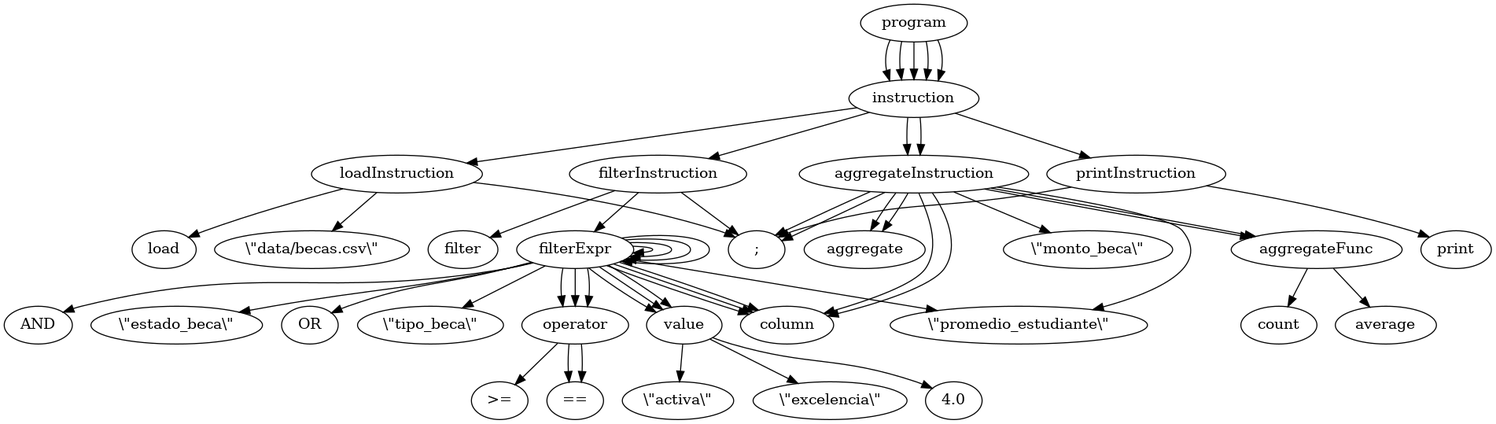
Before: doc/script39_tree.png, a diagram exported from Graphviz (jhonortiz12/mini-compilador-becas-dsl). Its source is kept beside it as doc/script39_tree.dot. The source it was exported from:
```dot
digraph tree {
    "program";
    "instruction";
    "loadInstruction";
    "load";
    "\\\"data/becas.csv\\\"";
    ";";
    "instruction";
    "filterInstruction";
    "filter";
    "filterExpr";
    "filterExpr";
    "filterExpr";
    "column";
    "\\\"promedio_estudiante\\\"";
    "operator";
    ">=";
    "value";
    "4.0";
    "AND";
    "filterExpr";
    "column";
    "\\\"estado_beca\\\"";
    "operator";
    "==";
    "value";
    "\\\"activa\\\"";
    "OR";
    "filterExpr";
    "column";
    "\\\"tipo_beca\\\"";
    "operator";
    "==";
    "value";
    "\\\"excelencia\\\"";
    ";";
    "instruction";
    "aggregateInstruction";
    "aggregate";
    "aggregateFunc";
    "count";
    "column";
    "\\\"monto_beca\\\"";
    ";";
    "instruction";
    "aggregateInstruction";
    "aggregate";
    "aggregateFunc";
    "average";
    "column";
    "\\\"promedio_estudiante\\\"";
    ";";
    "instruction";
    "printInstruction";
    "print";
    ";";
    "program" -> "instruction";
    "program" -> "instruction";
    "program" -> "instruction";
    "program" -> "instruction";
    "program" -> "instruction";
    "instruction" -> "loadInstruction";
    "loadInstruction" -> "load";
    "loadInstruction" -> "\\\"data/becas.csv\\\"";
    "loadInstruction" -> ";";
    "instruction" -> "filterInstruction";
    "filterInstruction" -> "filter";
    "filterInstruction" -> "filterExpr";
    "filterInstruction" -> ";";
    "filterExpr" -> "filterExpr";
    "filterExpr" -> "OR";
    "filterExpr" -> "filterExpr";
    "filterExpr" -> "filterExpr";
    "filterExpr" -> "AND";
    "filterExpr" -> "filterExpr";
    "filterExpr" -> "column";
    "filterExpr" -> "\\\"promedio_estudiante\\\"";
    "filterExpr" -> "operator";
    "filterExpr" -> "value";
    "operator" -> ">=";
    "value" -> "4.0";
    "filterExpr" -> "column";
    "filterExpr" -> "\\\"estado_beca\\\"";
    "filterExpr" -> "operator";
    "filterExpr" -> "value";
    "operator" -> "==";
    "value" -> "\\\"activa\\\"";
    "filterExpr" -> "column";
    "filterExpr" -> "\\\"tipo_beca\\\"";
    "filterExpr" -> "operator";
    "filterExpr" -> "value";
    "operator" -> "==";
    "value" -> "\\\"excelencia\\\"";
    "instruction" -> "aggregateInstruction";
    "aggregateInstruction" -> "aggregate";
    "aggregateInstruction" -> "aggregateFunc";
    "aggregateInstruction" -> "column";
    "aggregateInstruction" -> "\\\"monto_beca\\\"";
    "aggregateInstruction" -> ";";
    "aggregateFunc" -> "count";
    "instruction" -> "aggregateInstruction";
    "aggregateInstruction" -> "aggregate";
    "aggregateInstruction" -> "aggregateFunc";
    "aggregateInstruction" -> "column";
    "aggregateInstruction" -> "\\\"promedio_estudiante\\\"";
    "aggregateInstruction" -> ";";
    "aggregateFunc" -> "average";
    "instruction" -> "printInstruction";
    "printInstruction" -> "print";
    "printInstruction" -> ";";
}
```
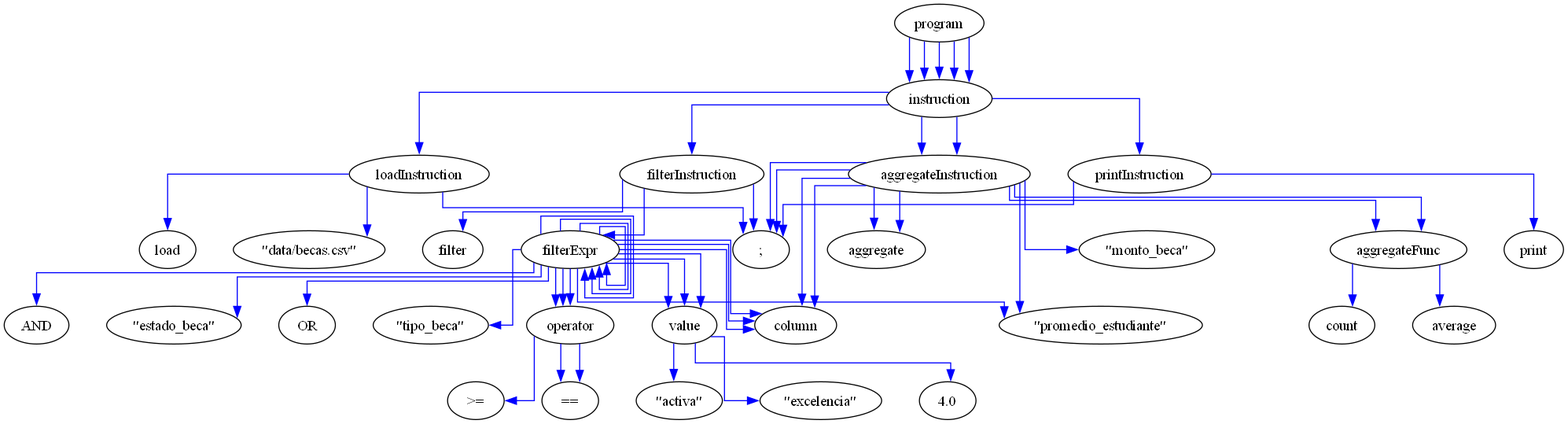
Later version of the same file.

Change to the diagram source:
```diff
@@ -1,111 +1,118 @@
 digraph tree {
-    "program";
-    "instruction";
-    "loadInstruction";
-    "load";
-    "\\\"data/becas.csv\\\"";
-    ";";
-    "instruction";
-    "filterInstruction";
-    "filter";
-    "filterExpr";
-    "filterExpr";
-    "filterExpr";
-    "column";
-    "\\\"promedio_estudiante\\\"";
-    "operator";
-    ">=";
-    "value";
-    "4.0";
-    "AND";
-    "filterExpr";
-    "column";
-    "\\\"estado_beca\\\"";
-    "operator";
-    "==";
-    "value";
-    "\\\"activa\\\"";
-    "OR";
-    "filterExpr";
-    "column";
-    "\\\"tipo_beca\\\"";
-    "operator";
-    "==";
-    "value";
-    "\\\"excelencia\\\"";
-    ";";
-    "instruction";
-    "aggregateInstruction";
-    "aggregate";
-    "aggregateFunc";
-    "count";
-    "column";
-    "\\\"monto_beca\\\"";
-    ";";
-    "instruction";
-    "aggregateInstruction";
-    "aggregate";
-    "aggregateFunc";
-    "average";
-    "column";
-    "\\\"promedio_estudiante\\\"";
-    ";";
-    "instruction";
-    "printInstruction";
-    "print";
-    ";";
-    "program" -> "instruction";
-    "program" -> "instruction";
-    "program" -> "instruction";
-    "program" -> "instruction";
-    "program" -> "instruction";
-    "instruction" -> "loadInstruction";
-    "loadInstruction" -> "load";
-    "loadInstruction" -> "\\\"data/becas.csv\\\"";
-    "loadInstruction" -> ";";
-    "instruction" -> "filterInstruction";
-    "filterInstruction" -> "filter";
-    "filterInstruction" -> "filterExpr";
-    "filterInstruction" -> ";";
-    "filterExpr" -> "filterExpr";
-    "filterExpr" -> "OR";
-    "filterExpr" -> "filterExpr";
-    "filterExpr" -> "filterExpr";
-    "filterExpr" -> "AND";
-    "filterExpr" -> "filterExpr";
-    "filterExpr" -> "column";
-    "filterExpr" -> "\\\"promedio_estudiante\\\"";
-    "filterExpr" -> "operator";
-    "filterExpr" -> "value";
-    "operator" -> ">=";
-    "value" -> "4.0";
-    "filterExpr" -> "column";
-    "filterExpr" -> "\\\"estado_beca\\\"";
-    "filterExpr" -> "operator";
-    "filterExpr" -> "value";
-    "operator" -> "==";
-    "value" -> "\\\"activa\\\"";
-    "filterExpr" -> "column";
-    "filterExpr" -> "\\\"tipo_beca\\\"";
-    "filterExpr" -> "operator";
-    "filterExpr" -> "value";
-    "operator" -> "==";
-    "value" -> "\\\"excelencia\\\"";
-    "instruction" -> "aggregateInstruction";
-    "aggregateInstruction" -> "aggregate";
-    "aggregateInstruction" -> "aggregateFunc";
-    "aggregateInstruction" -> "column";
-    "aggregateInstruction" -> "\\\"monto_beca\\\"";
-    "aggregateInstruction" -> ";";
-    "aggregateFunc" -> "count";
-    "instruction" -> "aggregateInstruction";
-    "aggregateInstruction" -> "aggregate";
-    "aggregateInstruction" -> "aggregateFunc";
-    "aggregateInstruction" -> "column";
-    "aggregateInstruction" -> "\\\"promedio_estudiante\\\"";
-    "aggregateInstruction" -> ";";
-    "aggregateFunc" -> "average";
-    "instruction" -> "printInstruction";
-    "printInstruction" -> "print";
-    "printInstruction" -> ";";
+    rankdir=TB
+    nodesep=0.5
+    ranksep=0.5
+    fontname="Arial"
+    fontsize=12
+    splines=ortho
+    charset="UTF-8"
+    "program" [label="program"];
+    "instruction" [label="instruction"];
+    "loadInstruction" [label="loadInstruction"];
+    "load" [label="load"];
+    "\\\"data\\/becas.csv\\\"" [label="\"data\/becas.csv\""];
+    ";" [label=";"];
+    "instruction" [label="instruction"];
+    "filterInstruction" [label="filterInstruction"];
+    "filter" [label="filter"];
+    "filterExpr" [label="filterExpr"];
+    "filterExpr" [label="filterExpr"];
+    "filterExpr" [label="filterExpr"];
+    "column" [label="column"];
+    "\\\"promedio_estudiante\\\"" [label="\"promedio_estudiante\""];
+    "operator" [label="operator"];
+    ">=" [label=">="];
+    "value" [label="value"];
+    "4.0" [label="4.0"];
+    "AND" [label="AND"];
+    "filterExpr" [label="filterExpr"];
+    "column" [label="column"];
+    "\\\"estado_beca\\\"" [label="\"estado_beca\""];
+    "operator" [label="operator"];
+    "==" [label="=="];
+    "value" [label="value"];
+    "\\\"activa\\\"" [label="\"activa\""];
+    "OR" [label="OR"];
+    "filterExpr" [label="filterExpr"];
+    "column" [label="column"];
+    "\\\"tipo_beca\\\"" [label="\"tipo_beca\""];
+    "operator" [label="operator"];
+    "==" [label="=="];
+    "value" [label="value"];
+    "\\\"excelencia\\\"" [label="\"excelencia\""];
+    ";" [label=";"];
+    "instruction" [label="instruction"];
+    "aggregateInstruction" [label="aggregateInstruction"];
+    "aggregate" [label="aggregate"];
+    "aggregateFunc" [label="aggregateFunc"];
+    "count" [label="count"];
+    "column" [label="column"];
+    "\\\"monto_beca\\\"" [label="\"monto_beca\""];
+    ";" [label=";"];
+    "instruction" [label="instruction"];
+    "aggregateInstruction" [label="aggregateInstruction"];
+    "aggregate" [label="aggregate"];
+    "aggregateFunc" [label="aggregateFunc"];
+    "average" [label="average"];
+    "column" [label="column"];
+    "\\\"promedio_estudiante\\\"" [label="\"promedio_estudiante\""];
+    ";" [label=";"];
+    "instruction" [label="instruction"];
+    "printInstruction" [label="printInstruction"];
+    "print" [label="print"];
+    ";" [label=";"];
+    "program" -> "instruction" [color=blue];
+    "program" -> "instruction" [color=blue];
+    "program" -> "instruction" [color=blue];
+    "program" -> "instruction" [color=blue];
+    "program" -> "instruction" [color=blue];
+    "instruction" -> "loadInstruction" [color=blue];
+    "loadInstruction" -> "load" [color=blue];
+    "loadInstruction" -> "\\\"data\\/becas.csv\\\"" [color=blue];
+    "loadInstruction" -> ";" [color=blue];
+    "instruction" -> "filterInstruction" [color=blue];
+    "filterInstruction" -> "filter" [color=blue];
+    "filterInstruction" -> "filterExpr" [color=blue];
+    "filterInstruction" -> ";" [color=blue];
+    "filterExpr" -> "filterExpr" [color=blue];
+    "filterExpr" -> "OR" [color=blue];
+    "filterExpr" -> "filterExpr" [color=blue];
+    "filterExpr" -> "filterExpr" [color=blue];
+    "filterExpr" -> "AND" [color=blue];
+    "filterExpr" -> "filterExpr" [color=blue];
+    "filterExpr" -> "column" [color=blue];
+    "filterExpr" -> "\\\"promedio_estudiante\\\"" [color=blue];
+    "filterExpr" -> "operator" [color=blue];
+    "filterExpr" -> "value" [color=blue];
+    "operator" -> ">=" [color=blue];
+    "value" -> "4.0" [color=blue];
+    "filterExpr" -> "column" [color=blue];
+    "filterExpr" -> "\\\"estado_beca\\\"" [color=blue];
+    "filterExpr" -> "operator" [color=blue];
+    "filterExpr" -> "value" [color=blue];
+    "operator" -> "==" [color=blue];
+    "value" -> "\\\"activa\\\"" [color=blue];
+    "filterExpr" -> "column" [color=blue];
+    "filterExpr" -> "\\\"tipo_beca\\\"" [color=blue];
+    "filterExpr" -> "operator" [color=blue];
+    "filterExpr" -> "value" [color=blue];
+    "operator" -> "==" [color=blue];
+    "value" -> "\\\"excelencia\\\"" [color=blue];
+    "instruction" -> "aggregateInstruction" [color=blue];
+    "aggregateInstruction" -> "aggregate" [color=blue];
+    "aggregateInstruction" -> "aggregateFunc" [color=blue];
+    "aggregateInstruction" -> "column" [color=blue];
+    "aggregateInstruction" -> "\\\"monto_beca\\\"" [color=blue];
+    "aggregateInstruction" -> ";" [color=blue];
+    "aggregateFunc" -> "count" [color=blue];
+    "instruction" -> "aggregateInstruction" [color=blue];
+    "aggregateInstruction" -> "aggregate" [color=blue];
+    "aggregateInstruction" -> "aggregateFunc" [color=blue];
+    "aggregateInstruction" -> "column" [color=blue];
+    "aggregateInstruction" -> "\\\"promedio_estudiante\\\"" [color=blue];
+    "aggregateInstruction" -> ";" [color=blue];
+    "aggregateFunc" -> "average" [color=blue];
+    "instruction" -> "printInstruction" [color=blue];
+    "printInstruction" -> "print" [color=blue];
+    "printInstruction" -> ";" [color=blue];
 }
```
